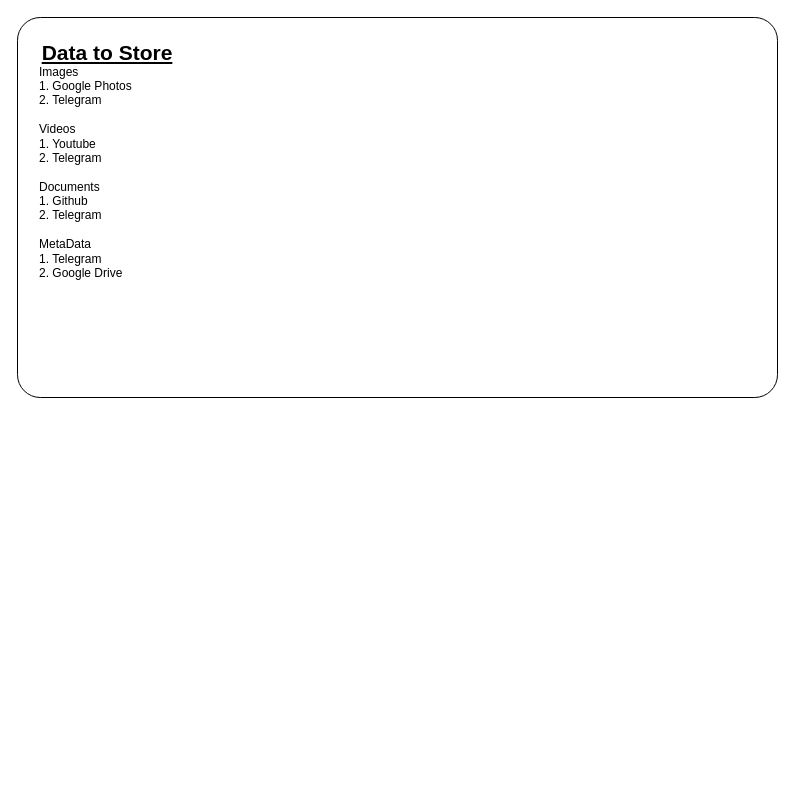
The draw.io diagram Untitled Diagram.drawio in vididvidid/colabMl, before the edit. Source tidied: cells renumbered, new cells numbered last; positions are measured from the earlier drawing's top-left corner, leaving out a move shared by most shapes. Both pictures are drawn from the tidied source at 100%, with x=0, y=0 at pixel (17, 17).
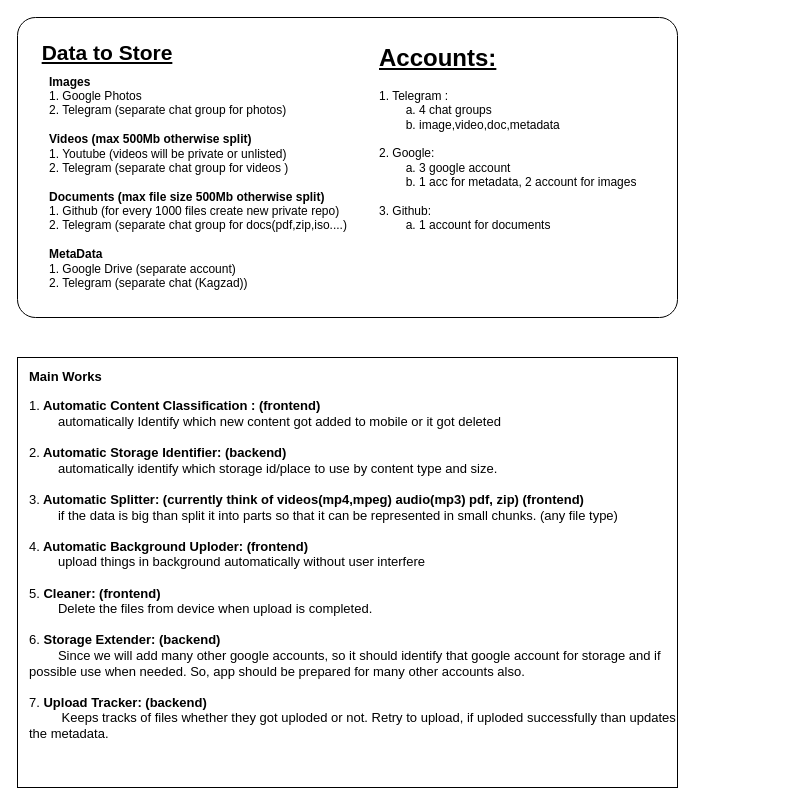
Above is the later version.

Change to the diagram source:
```diff
@@
 <mxGraphModel>
   <root>
     <mxCell id="0" />
     <mxCell id="1" parent="0" />
     <mxCell id="2" style="rounded=1;whiteSpace=wrap;html=1;arcSize=6;" parent="1" vertex="1">
-      <mxGeometry width="760" height="380" as="geometry" />
+      <mxGeometry width="660" height="300" as="geometry" />
     </mxCell>
     <mxCell id="3" value="&lt;font style=&quot;font-size: 21px;&quot;&gt;&lt;b&gt;&lt;u&gt;Data to Store&lt;/u&gt;&lt;/b&gt;&lt;/font&gt;" style="text;html=1;align=center;verticalAlign=middle;whiteSpace=wrap;rounded=0;" parent="1" vertex="1">
       <mxGeometry x="20" y="20" width="140" height="30" as="geometry" />
     </mxCell>
-    <mxCell id="4" value="Images&amp;nbsp;&lt;br&gt;&lt;div style=&quot;&quot;&gt;&lt;span style=&quot;background-color: initial;&quot;&gt;1. Google Photos&lt;/span&gt;&lt;/div&gt;&lt;div style=&quot;&quot;&gt;&lt;span style=&quot;background-color: initial;&quot;&gt;2. Telegram&lt;br&gt;&lt;br&gt;Videos&lt;br&gt;1. Youtube&lt;/span&gt;&lt;/div&gt;&lt;div style=&quot;&quot;&gt;&lt;span style=&quot;background-color: initial;&quot;&gt;2. Telegram&lt;br&gt;&lt;br&gt;Documents&lt;br&gt;1. Github&lt;br&gt;2. Telegram&lt;br&gt;&lt;br&gt;&lt;/span&gt;&lt;/div&gt;&lt;div style=&quot;&quot;&gt;&lt;span style=&quot;background-color: initial;&quot;&gt;MetaData&lt;/span&gt;&lt;/div&gt;&lt;div style=&quot;&quot;&gt;&lt;span style=&quot;background-color: initial;&quot;&gt;1. Telegram&lt;/span&gt;&lt;/div&gt;&lt;div style=&quot;&quot;&gt;&lt;span style=&quot;background-color: initial;&quot;&gt;2. Google Drive&lt;/span&gt;&lt;/div&gt;" style="text;html=1;align=left;verticalAlign=middle;whiteSpace=wrap;rounded=0;" parent="1" vertex="1">
-      <mxGeometry x="20" y="140" width="220" height="30" as="geometry" />
+    <mxCell id="4" value="&lt;b&gt;Images&lt;/b&gt;&amp;nbsp;&lt;br&gt;&lt;div style=&quot;&quot;&gt;&lt;span style=&quot;background-color: initial;&quot;&gt;1. Google Photos&amp;nbsp;&lt;/span&gt;&lt;/div&gt;&lt;div style=&quot;&quot;&gt;&lt;span style=&quot;background-color: initial;&quot;&gt;2. Telegram (separate chat group for photos)&lt;br&gt;&lt;br&gt;&lt;b&gt;Videos (max 500Mb otherwise split)&lt;/b&gt;&lt;br&gt;1. Youtube (videos will be private or unlisted)&lt;/span&gt;&lt;/div&gt;&lt;div style=&quot;&quot;&gt;&lt;span style=&quot;background-color: initial;&quot;&gt;2. Telegram (separate chat group for videos )&lt;br&gt;&lt;br&gt;&lt;b&gt;Documents (max file size 500Mb otherwise split)&lt;/b&gt;&lt;br&gt;1. Github (for every 1000 files create new private repo)&lt;br&gt;2. Telegram (separate chat group for docs(pdf,zip,iso....)&lt;br&gt;&lt;br&gt;&lt;/span&gt;&lt;/div&gt;&lt;div style=&quot;&quot;&gt;&lt;span style=&quot;background-color: initial;&quot;&gt;&lt;b&gt;MetaData&lt;/b&gt;&lt;/span&gt;&lt;/div&gt;&lt;div style=&quot;&quot;&gt;&lt;span style=&quot;background-color: initial;&quot;&gt;1. Google Drive (separate account)&lt;/span&gt;&lt;/div&gt;&lt;div style=&quot;&quot;&gt;&lt;span style=&quot;background-color: initial;&quot;&gt;2. Telegram (separate chat (Kagzad))&lt;/span&gt;&lt;/div&gt;" style="text;html=1;align=left;verticalAlign=middle;whiteSpace=wrap;rounded=0;" parent="1" vertex="1">
+      <mxGeometry x="30" y="150" width="360" height="30" as="geometry" />
     </mxCell>
+    <mxCell id="5" value="&lt;h1 style=&quot;margin-top: 0px;&quot;&gt;&lt;u&gt;Accounts:&lt;/u&gt;&lt;/h1&gt;&lt;div&gt;1. Telegram :&lt;/div&gt;&lt;div&gt;&lt;span style=&quot;white-space: pre;&quot;&gt;&#9;&lt;/span&gt;a. 4 chat groups&amp;nbsp;&lt;br&gt;&lt;/div&gt;&lt;div&gt;&lt;span style=&quot;white-space: pre;&quot;&gt;&#9;&lt;/span&gt;b. image,video,doc,metadata&lt;br&gt;&lt;/div&gt;&lt;div&gt;&lt;br&gt;&lt;/div&gt;&lt;div&gt;2. Google:&lt;/div&gt;&lt;div&gt;&lt;span style=&quot;white-space: pre;&quot;&gt;&#9;&lt;/span&gt;a. 3 google account&lt;br&gt;&lt;/div&gt;&lt;div&gt;&lt;span style=&quot;white-space: pre;&quot;&gt;&#9;&lt;/span&gt;b. 1 acc for metadata, 2 account for images&lt;br&gt;&lt;/div&gt;&lt;div&gt;&lt;br&gt;&lt;/div&gt;&lt;div&gt;3. Github:&lt;/div&gt;&lt;div&gt;&lt;span style=&quot;white-space: pre;&quot;&gt;&#9;&lt;/span&gt;a. 1 account for documents&lt;br&gt;&lt;/div&gt;&lt;div&gt;&lt;br&gt;&lt;/div&gt;" style="text;html=1;whiteSpace=wrap;overflow=hidden;rounded=0;" parent="1" vertex="1">
+      <mxGeometry x="360" y="20" width="310" height="250" as="geometry" />
+    </mxCell>
+    <mxCell id="6" style="rounded=1;whiteSpace=wrap;html=1;arcSize=0;" parent="1" vertex="1">
+      <mxGeometry y="340" width="660" height="430" as="geometry" />
+    </mxCell>
+    <mxCell id="7" value="&lt;h3&gt;&lt;font style=&quot;font-size: 13px;&quot;&gt;&lt;b&gt;Main Works&lt;/b&gt;&lt;/font&gt;&lt;/h3&gt;&lt;div style=&quot;font-size: 13px;&quot;&gt;&lt;font style=&quot;font-size: 13px;&quot;&gt;1.&lt;b&gt; Automatic Content Classification : (frontend)&lt;/b&gt;&lt;/font&gt;&lt;/div&gt;&lt;div style=&quot;font-size: 13px;&quot;&gt;&lt;font style=&quot;font-size: 13px;&quot;&gt;&lt;span style=&quot;white-space: pre;&quot;&gt;&#9;&lt;/span&gt;automatically Identify which new content got added to mobile or it got deleted&amp;nbsp;&lt;br&gt;&lt;/font&gt;&lt;/div&gt;&lt;div style=&quot;font-size: 13px;&quot;&gt;&lt;font style=&quot;font-size: 13px;&quot;&gt;&lt;br&gt;&lt;/font&gt;&lt;/div&gt;&lt;div style=&quot;font-size: 13px;&quot;&gt;&lt;font style=&quot;font-size: 13px;&quot;&gt;2.&lt;b&gt; Automatic Storage Identifier: (backend)&lt;/b&gt;&lt;/font&gt;&lt;/div&gt;&lt;div style=&quot;font-size: 13px;&quot;&gt;&lt;font style=&quot;font-size: 13px;&quot;&gt;&lt;span style=&quot;white-space: pre;&quot;&gt;&#9;&lt;/span&gt;automatically identify which storage id/place to use by content type and size.&lt;br&gt;&lt;/font&gt;&lt;/div&gt;&lt;div style=&quot;font-size: 13px;&quot;&gt;&lt;font style=&quot;font-size: 13px;&quot;&gt;&lt;br&gt;&lt;/font&gt;&lt;/div&gt;&lt;div style=&quot;font-size: 13px;&quot;&gt;&lt;font style=&quot;font-size: 13px;&quot;&gt;3.&lt;b&gt; Automatic Splitter: (currently think of videos(mp4,mpeg) audio(mp3) pdf, zip) (frontend)&lt;/b&gt;&lt;/font&gt;&lt;/div&gt;&lt;div style=&quot;font-size: 13px;&quot;&gt;&lt;font style=&quot;font-size: 13px;&quot;&gt;&lt;span style=&quot;white-space: pre;&quot;&gt;&#9;&lt;/span&gt;if the data is big than split it into parts so that it can be represented in small chunks. (any file type)&lt;br&gt;&lt;/font&gt;&lt;/div&gt;&lt;div style=&quot;font-size: 13px;&quot;&gt;&lt;font style=&quot;font-size: 13px;&quot;&gt;&lt;br&gt;&lt;/font&gt;&lt;/div&gt;&lt;div style=&quot;font-size: 13px;&quot;&gt;&lt;font style=&quot;font-size: 13px;&quot;&gt;4.&lt;b&gt; Automatic Background Uploder: (frontend)&lt;/b&gt;&lt;/font&gt;&lt;/div&gt;&lt;div style=&quot;font-size: 13px;&quot;&gt;&lt;font style=&quot;font-size: 13px;&quot;&gt;&lt;span style=&quot;white-space: pre;&quot;&gt;&#9;&lt;/span&gt;upload things in background automatically without user interfere&lt;br&gt;&lt;/font&gt;&lt;/div&gt;&lt;div style=&quot;font-size: 13px;&quot;&gt;&lt;font style=&quot;font-size: 13px;&quot;&gt;&lt;br&gt;&lt;/font&gt;&lt;/div&gt;&lt;div style=&quot;font-size: 13px;&quot;&gt;&lt;font style=&quot;font-size: 13px;&quot;&gt;5.&lt;b&gt; Cleaner:&lt;/b&gt;&amp;nbsp;&lt;b&gt;(frontend)&lt;/b&gt;&lt;/font&gt;&lt;/div&gt;&lt;div style=&quot;font-size: 13px;&quot;&gt;&lt;font style=&quot;font-size: 13px;&quot;&gt;&lt;span style=&quot;white-space: pre;&quot;&gt;&#9;&lt;/span&gt;Delete the files from device when upload is completed.&lt;/font&gt;&lt;/div&gt;&lt;div style=&quot;font-size: 13px;&quot;&gt;&lt;font style=&quot;font-size: 13px;&quot;&gt;&lt;br&gt;&lt;/font&gt;&lt;/div&gt;&lt;div style=&quot;font-size: 13px;&quot;&gt;&lt;font style=&quot;font-size: 13px;&quot;&gt;6.&lt;b&gt; Storage Extender: (backend)&lt;/b&gt;&lt;/font&gt;&lt;/div&gt;&lt;div style=&quot;font-size: 13px;&quot;&gt;&lt;font style=&quot;font-size: 13px;&quot;&gt;&lt;span style=&quot;white-space: pre;&quot;&gt;&#9;&lt;/span&gt;Since we will add many other google accounts, so it should identify that google account for storage and if possible use when needed. So, app should be prepared for many other accounts also.&lt;/font&gt;&lt;br&gt;&lt;/div&gt;&lt;div style=&quot;font-size: 13px;&quot;&gt;&lt;font style=&quot;font-size: 13px;&quot;&gt;&lt;br&gt;&lt;/font&gt;&lt;/div&gt;&lt;div style=&quot;font-size: 13px;&quot;&gt;&lt;font style=&quot;font-size: 13px;&quot;&gt;7. &lt;b&gt;Upload Tracker: (backend)&lt;/b&gt;&lt;/font&gt;&lt;/div&gt;&lt;div style=&quot;font-size: 13px;&quot;&gt;&lt;font style=&quot;font-size: 13px;&quot;&gt;&lt;span style=&quot;font-weight: bold; white-space: pre;&quot;&gt;&#9;&lt;/span&gt;&amp;nbsp;Keeps tracks of files whether they got uploded or not. Retry to upload, if uploded successfully than updates the metadata.&lt;br&gt;&lt;/font&gt;&lt;/div&gt;" style="text;html=1;align=left;verticalAlign=middle;whiteSpace=wrap;rounded=0;" parent="1" vertex="1">
+      <mxGeometry x="10" y="515" width="650" height="30" as="geometry" />
+    </mxCell>
   </root>
 </mxGraphModel>
```
